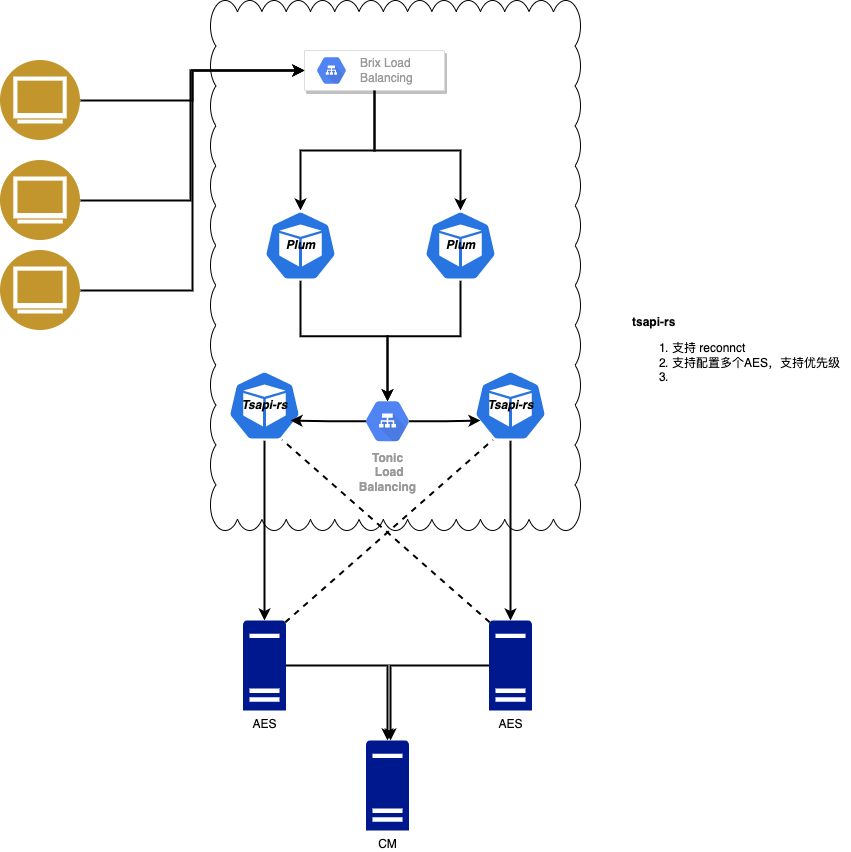
The draw.io diagram aes_rust.drawio.png in sunxingsong/app-digrams, before a commit. Source tidied: cells renumbered, new cells last; positions are measured from the earlier drawing's top-left corner, leaving out a move shared by most shapes.
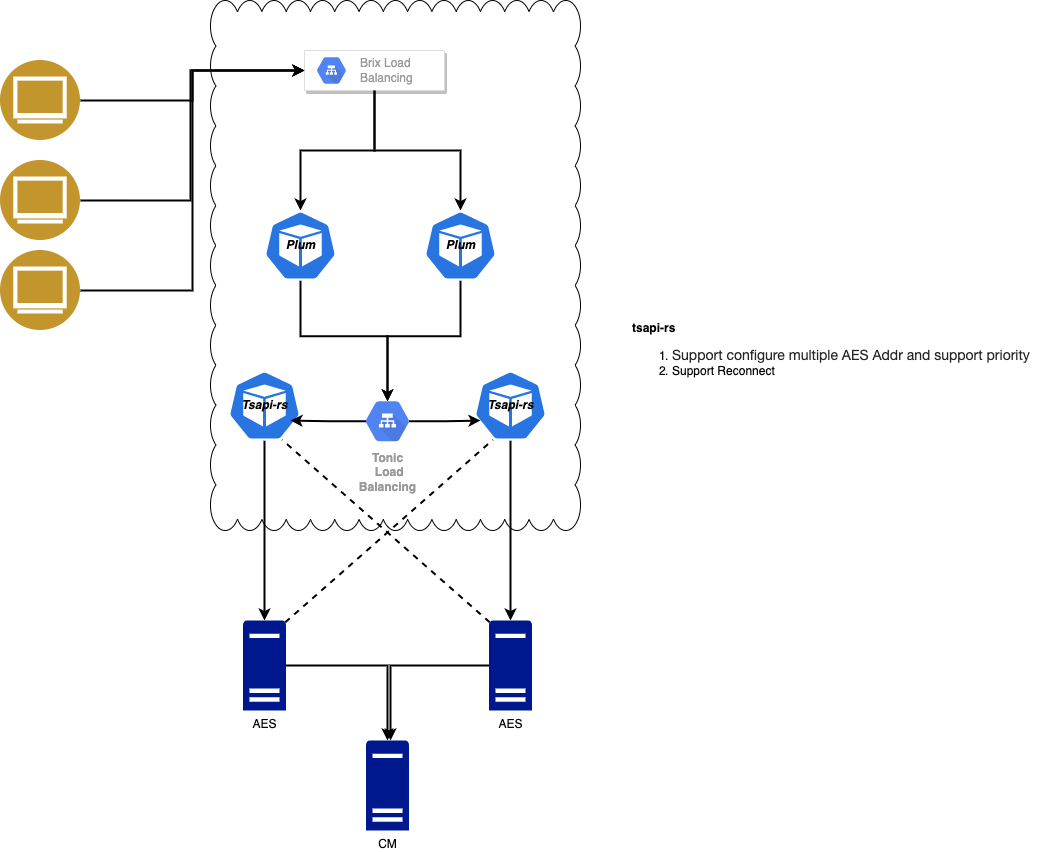
Above is the later version.

Change to the diagram source:
```diff
@@ -102,8 +102,8 @@
     <mxCell id="30" style="endArrow=none;dashed=1;html=1;rounded=0;strokeWidth=2;entryX=0.72;entryY=0.99;entryDx=0;entryDy=0;entryPerimeter=0;exitX=0.02;exitY=0.02;exitDx=0;exitDy=0;exitPerimeter=0;" parent="1" edge="1" source="27" target="17">
       <mxGeometry relative="1" as="geometry" />
     </mxCell>
-    <mxCell id="31" value="&lt;font style=&quot;font-size: 12px&quot;&gt;&lt;b&gt;tsapi-rs &lt;br&gt;&lt;/b&gt;&lt;/font&gt;&lt;ol&gt;&lt;li style=&quot;font-size: 10px&quot;&gt;支持 reconnct&lt;/li&gt;&lt;li style=&quot;font-size: 10px&quot;&gt;支持配置多个AES，支持优先级&lt;/li&gt;&lt;li style=&quot;font-size: 10px&quot;&gt;&lt;br&gt;&lt;/li&gt;&lt;/ol&gt;" style="text;html=1;align=left;verticalAlign=middle;strokeColor=none;fillColor=none;" parent="1" vertex="1">
-      <mxGeometry x="630" y="310" width="220" height="90" as="geometry" />
+    <mxCell id="31" value="&lt;font style=&quot;font-size: 12px&quot;&gt;&lt;b&gt;tsapi-rs &lt;br&gt;&lt;/b&gt;&lt;/font&gt;&lt;ol&gt;&lt;li style=&quot;font-size: 10px&quot;&gt;&lt;span style=&quot;color: rgba(0 , 0 , 0 , 0.85) ; font-family: &amp;#34;helvetica neue&amp;#34; ; font-size: 14px&quot;&gt;Support configure multiple AES Addr and support priority&lt;/span&gt;&amp;nbsp;&lt;/li&gt;&lt;li style=&quot;font-size: 10px&quot;&gt;Support Reconnect&lt;/li&gt;&lt;/ol&gt;" style="text;html=1;align=left;verticalAlign=middle;strokeColor=none;fillColor=none;" parent="1" vertex="1">
+      <mxGeometry x="630" y="320" width="420" height="70" as="geometry" />
     </mxCell>
   </root>
 </mxGraphModel>
```
